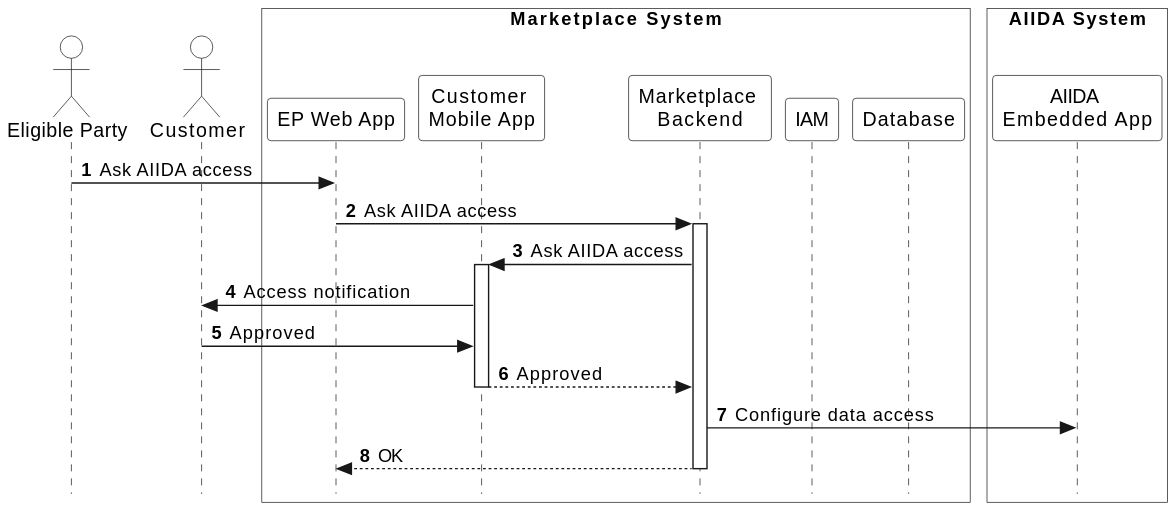
Before: arc42/marketplace/runtime-view/figures/marketplace-ask-data-access.svg, a diagram exported from PlantUML (eddie-energy/architecture).
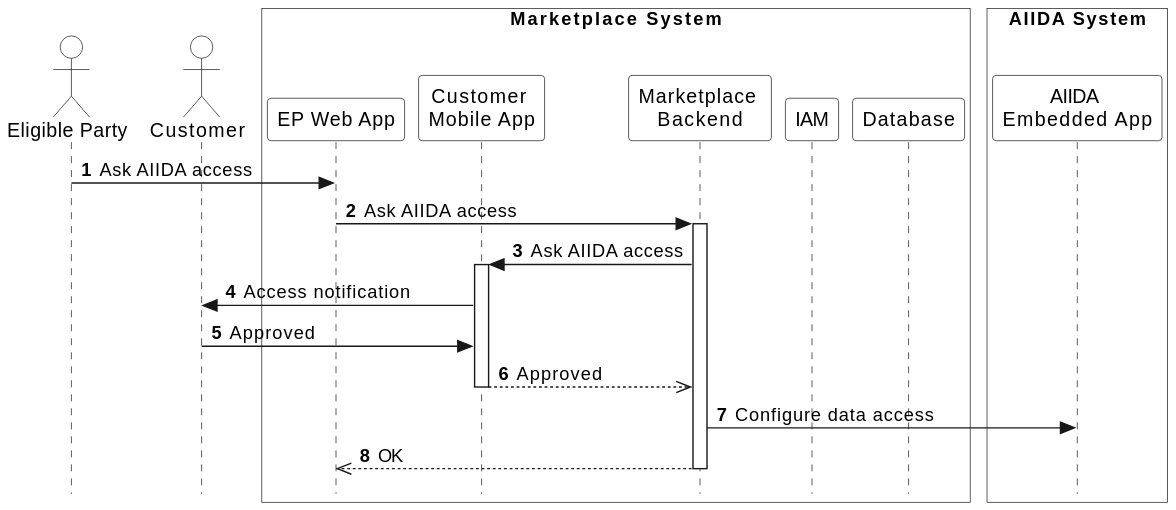
After the change.

Commit message:
update the sequence diagram notation in the marketplace

Diff of the diagram source:
```diff
@@ -29,9 +29,9 @@
 activate customerApp
 customerApp -> customer : Access notification
 customer -> customerApp : Approved
-customerApp --> marketplace : Approved
+customerApp -->> marketplace : Approved
 deactivate customerApp
 marketplace -> aiida : Configure data access
-marketplace --> epApp : OK
+marketplace -->> epApp : OK
 deactivate marketplace
 @enduml
```
